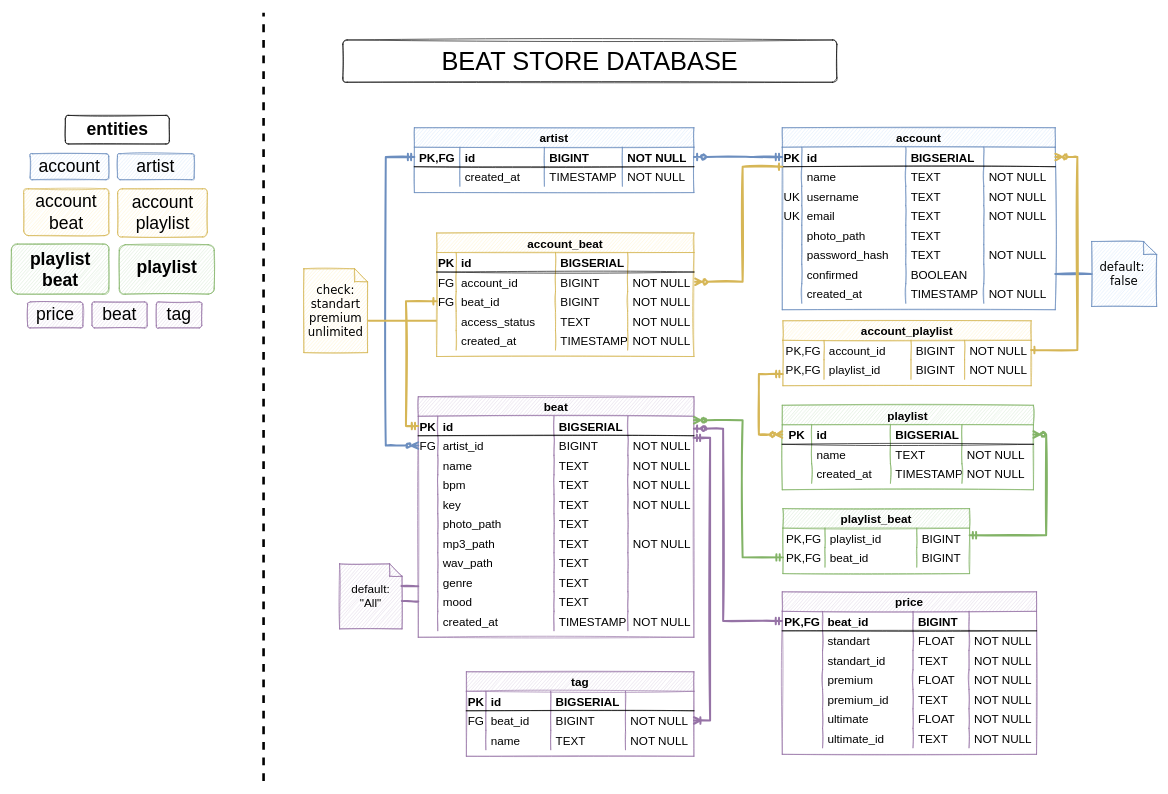
Earlier version of the draw.io diagram schema/tables.drawio (AlexanderTurok/Beat_Store-Backend). Source tidied: cells renumbered, new cells numbered last; positions are measured from the earlier drawing's top-left corner, leaving out a move shared by most shapes. Both pictures are drawn from the tidied source at 65%, with x=0, y=0 at pixel (11, 12).
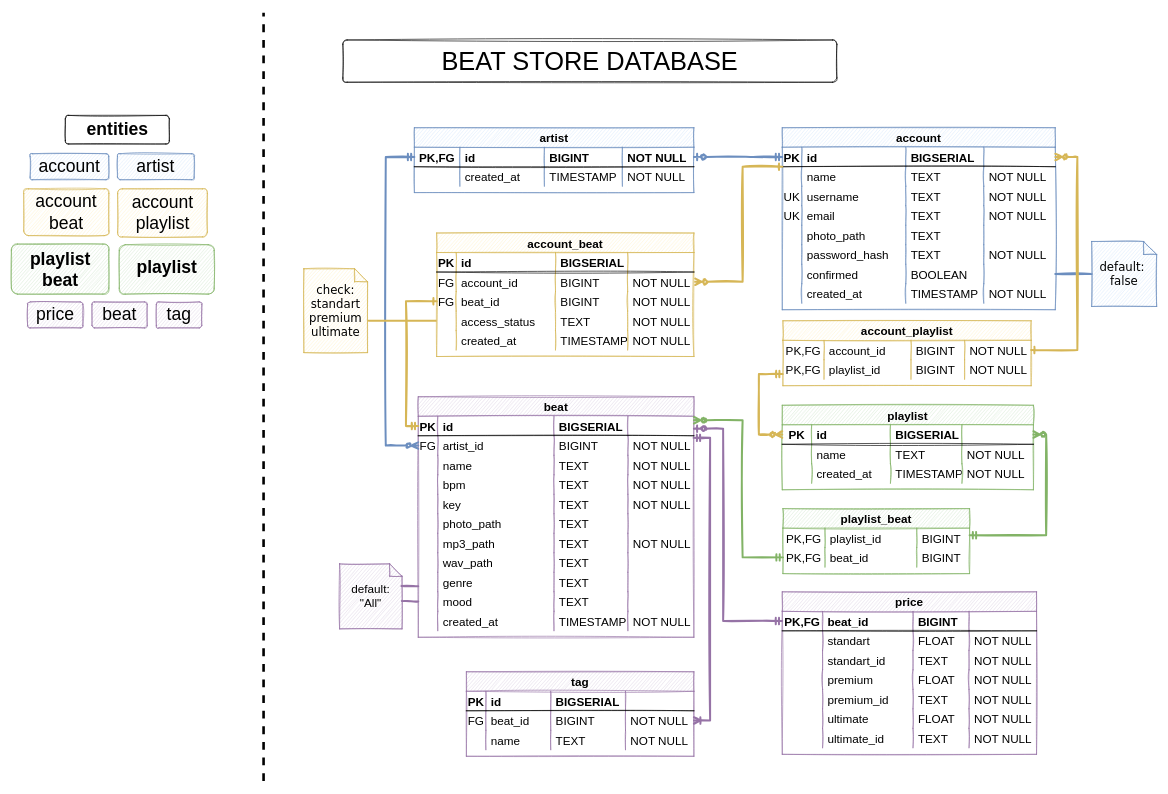
The same diagram, later.

What changed in the source:
```diff
@@
-    <mxCell id="214" value="check:&lt;br&gt;standart&lt;br&gt;premium&lt;br&gt;unlimited" style="shape=note;size=20;whiteSpace=wrap;html=1;sketch=1;fontFamily=Verdana;fontSize=18;fillColor=#fff2cc;strokeColor=#d6b656;" parent="1" vertex="1">
+    <mxCell id="214" value="check:&lt;br&gt;standart&lt;br&gt;premium&lt;br&gt;ultimate" style="shape=note;size=20;whiteSpace=wrap;html=1;sketch=1;fontFamily=Verdana;fontSize=18;fillColor=#fff2cc;strokeColor=#d6b656;" parent="1" vertex="1">
       <mxGeometry x="450" y="394" width="98" height="129" as="geometry" />
     </mxCell>
```
